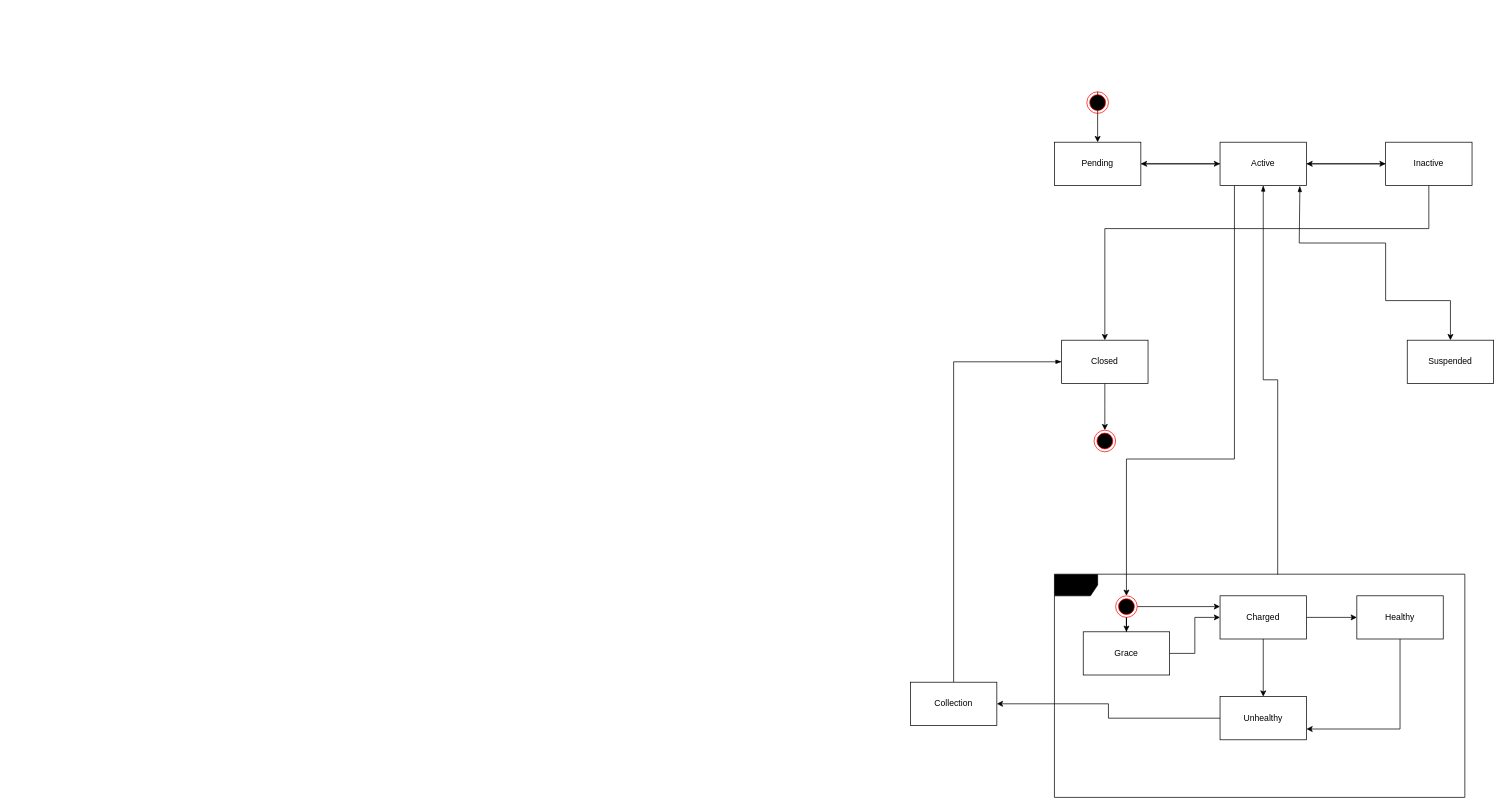
Earlier version of the draw.io diagram Workshop 6.drawio (SWEN30006-14/Workshops). Source tidied: cells renumbered, new cells numbered last; positions are measured from the earlier drawing's top-left corner, leaving out a move shared by most shapes. Both pictures are drawn from the tidied source at 72%, with x=0, y=0 at pixel (910, 91).
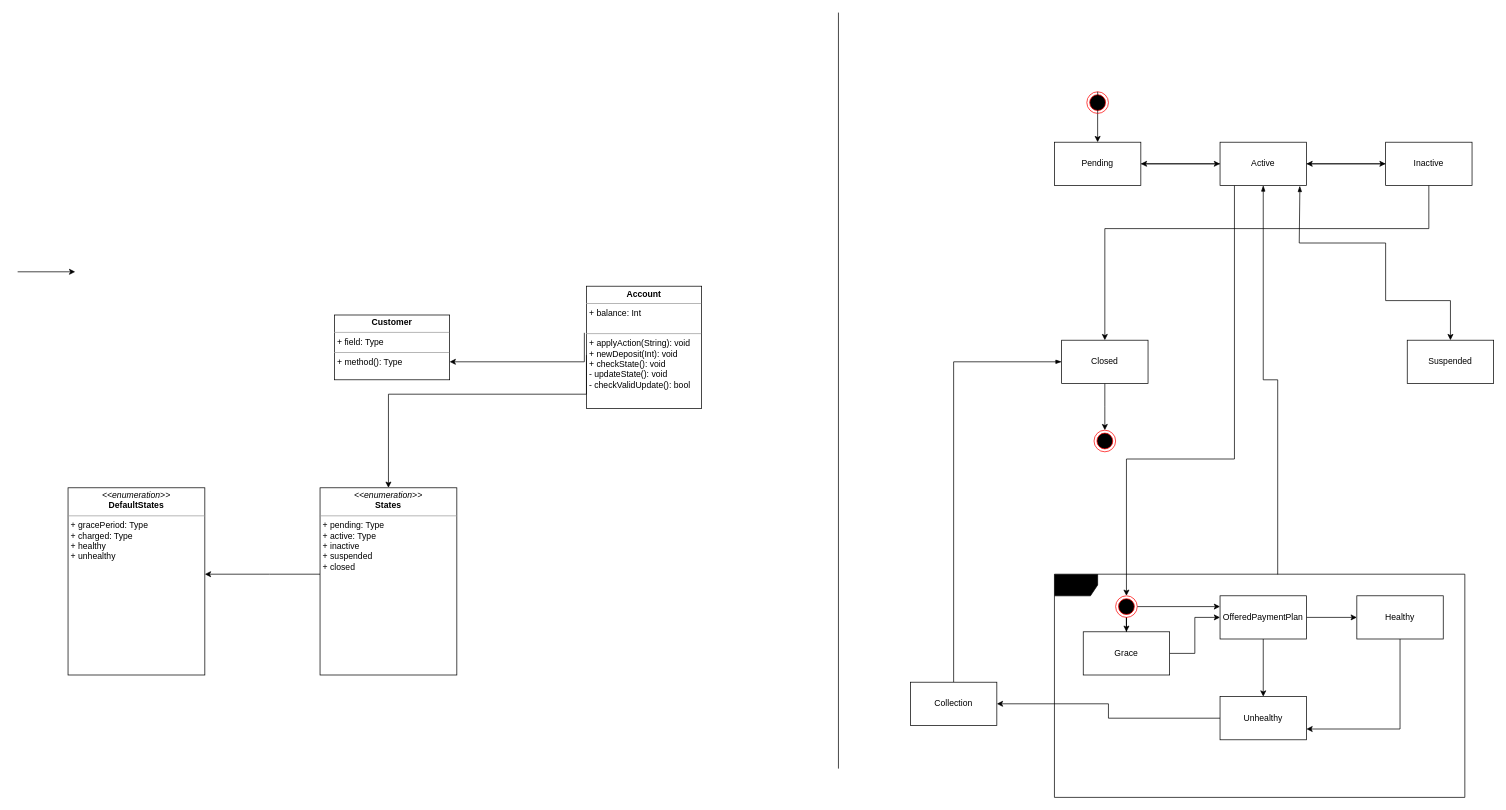
Above is the later version.

Diff of the diagram source:
```diff
@@
-    <mxCell id="25" value="Charged" style="rounded=0;whiteSpace=wrap;html=1;" parent="1" vertex="1">
+    <mxCell id="25" value="OfferedPaymentPlan" style="rounded=0;whiteSpace=wrap;html=1;" parent="1" vertex="1">
       <mxGeometry x="430" y="700" width="120" height="60" as="geometry" />
     </mxCell>
@@
+    <mxCell id="35" style="endArrow=none;html=1;rounded=0;" parent="1" edge="1">
+      <mxGeometry relative="1" as="geometry">
+        <mxPoint x="-100" y="940" as="sourcePoint" />
+        <mxPoint x="-100" y="-110" as="targetPoint" />
+      </mxGeometry>
+    </mxCell>
+    <mxCell id="36" value="&lt;p style=&quot;margin:0px;margin-top:4px;text-align:center;&quot;&gt;&lt;b&gt;Account&lt;/b&gt;&lt;/p&gt;&lt;hr size=&quot;1&quot;&gt;&lt;p style=&quot;margin:0px;margin-left:4px;&quot;&gt;+ balance: Int&lt;/p&gt;&lt;p style=&quot;margin:0px;margin-left:4px;&quot;&gt;&lt;br&gt;&lt;/p&gt;&lt;hr size=&quot;1&quot;&gt;&lt;p style=&quot;margin:0px;margin-left:4px;&quot;&gt;+ applyAction(String): void&lt;/p&gt;&lt;p style=&quot;margin:0px;margin-left:4px;&quot;&gt;+ newDeposit(Int): void&lt;/p&gt;&lt;p style=&quot;margin:0px;margin-left:4px;&quot;&gt;+ checkState(): void&lt;/p&gt;&lt;p style=&quot;margin:0px;margin-left:4px;&quot;&gt;- updateState(): void&lt;/p&gt;&lt;p style=&quot;margin:0px;margin-left:4px;&quot;&gt;- checkValidUpdate(): bool&lt;/p&gt;" style="verticalAlign=top;align=left;overflow=fill;fontSize=12;fontFamily=Helvetica;html=1;" parent="1" vertex="1">
+      <mxGeometry x="-450" y="270" width="160" height="170" as="geometry" />
+    </mxCell>
+    <mxCell id="37" style="edgeStyle=orthogonalEdgeStyle;rounded=0;jettySize=auto;html=1;exitX=-0.018;exitY=0.381;exitDx=0;exitDy=0;exitPerimeter=0;" parent="1" edge="1" source="36" target="38">
+      <mxGeometry relative="1" as="geometry">
+        <Array as="points">
+          <mxPoint x="-453" y="375" />
+        </Array>
+      </mxGeometry>
+    </mxCell>
+    <mxCell id="38" value="&lt;p style=&quot;margin:0px;margin-top:4px;text-align:center;&quot;&gt;&lt;b&gt;Customer&lt;/b&gt;&lt;/p&gt;&lt;hr size=&quot;1&quot;&gt;&lt;p style=&quot;margin:0px;margin-left:4px;&quot;&gt;+ field: Type&lt;/p&gt;&lt;hr size=&quot;1&quot;&gt;&lt;p style=&quot;margin:0px;margin-left:4px;&quot;&gt;+ method(): Type&lt;/p&gt;" style="verticalAlign=top;align=left;overflow=fill;fontSize=12;fontFamily=Helvetica;html=1;" parent="1" vertex="1">
+      <mxGeometry x="-800" y="310" width="160" height="90" as="geometry" />
+    </mxCell>
+    <mxCell id="39" style="edgeStyle=orthogonalEdgeStyle;rounded=0;jettySize=auto;html=1;" parent="1" edge="1" source="41">
+      <mxGeometry relative="1" as="geometry">
+        <mxPoint x="-980" y="670" as="targetPoint" />
+        <Array as="points">
+          <mxPoint x="-890" y="670" />
+          <mxPoint x="-890" y="670" />
+        </Array>
+      </mxGeometry>
+    </mxCell>
+    <mxCell id="40" style="edgeStyle=orthogonalEdgeStyle;rounded=0;jettySize=auto;html=1;exitX=0;exitY=0.563;exitDx=0;exitDy=0;exitPerimeter=0;" parent="1" edge="1" source="36" target="41">
+      <mxGeometry relative="1" as="geometry">
+        <Array as="points">
+          <mxPoint x="-450" y="420" />
+          <mxPoint x="-725" y="420" />
+        </Array>
+      </mxGeometry>
+    </mxCell>
+    <mxCell id="41" value="&lt;p style=&quot;margin:0px;margin-top:4px;text-align:center;&quot;&gt;&lt;i&gt;&amp;lt;&amp;lt;enumeration&amp;gt;&amp;gt;&lt;/i&gt;&lt;br&gt;&lt;b&gt;States&lt;/b&gt;&lt;/p&gt;&lt;hr size=&quot;1&quot;&gt;&lt;p style=&quot;margin:0px;margin-left:4px;&quot;&gt;+ pending: Type&lt;br&gt;+ active: Type&lt;/p&gt;&lt;p style=&quot;margin:0px;margin-left:4px;&quot;&gt;+ inactive&lt;/p&gt;&lt;p style=&quot;margin:0px;margin-left:4px;&quot;&gt;+ suspended&lt;/p&gt;&lt;p style=&quot;margin:0px;margin-left:4px;&quot;&gt;+ closed&lt;/p&gt;&lt;p style=&quot;margin:0px;margin-left:4px;&quot;&gt;&lt;br&gt;&lt;/p&gt;" style="verticalAlign=top;align=left;overflow=fill;fontSize=12;fontFamily=Helvetica;html=1;" parent="1" vertex="1">
+      <mxGeometry x="-820" y="550" width="190" height="260" as="geometry" />
+    </mxCell>
+    <mxCell id="42" value="&lt;p style=&quot;margin:0px;margin-top:4px;text-align:center;&quot;&gt;&lt;i&gt;&amp;lt;&amp;lt;enumeration&amp;gt;&amp;gt;&lt;/i&gt;&lt;br&gt;&lt;b&gt;DefaultStates&lt;/b&gt;&lt;/p&gt;&lt;hr size=&quot;1&quot;&gt;&lt;p style=&quot;margin:0px;margin-left:4px;&quot;&gt;+ gracePeriod: Type&lt;br&gt;+ charged: Type&lt;/p&gt;&lt;p style=&quot;margin:0px;margin-left:4px;&quot;&gt;+ healthy&lt;/p&gt;&lt;p style=&quot;margin:0px;margin-left:4px;&quot;&gt;+ unhealthy&lt;/p&gt;&lt;p style=&quot;margin:0px;margin-left:4px;&quot;&gt;&lt;br&gt;&lt;/p&gt;&lt;p style=&quot;margin:0px;margin-left:4px;&quot;&gt;&lt;br&gt;&lt;/p&gt;" style="verticalAlign=top;align=left;overflow=fill;fontSize=12;fontFamily=Helvetica;html=1;" parent="1" vertex="1">
+      <mxGeometry x="-1170" y="550" width="190" height="260" as="geometry" />
+    </mxCell>
+    <mxCell id="43" style="edgeStyle=none;orthogonalLoop=1;jettySize=auto;html=1;rounded=0;" parent="1" edge="1">
+      <mxGeometry relative="1" as="geometry">
+        <mxPoint x="-1240" y="250" as="sourcePoint" />
+        <mxPoint x="-1160" y="250" as="targetPoint" />
+      </mxGeometry>
+    </mxCell>
```
